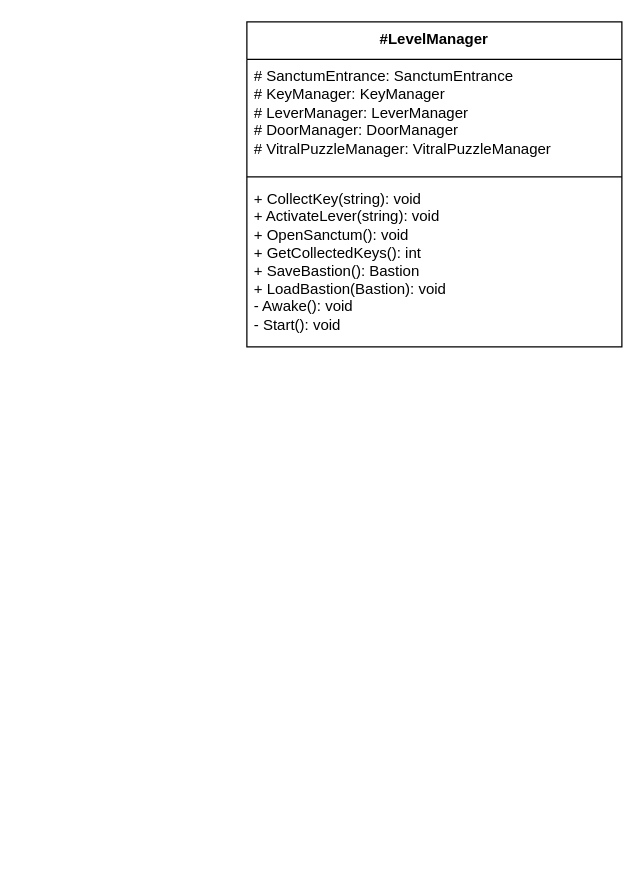
Above: page "LevelManager" (4 of 4) of Assets/Scripts/UML - class diagram.drawio in NunoBaptista57/Winds-Of-Berkana (draw.io), before the change. Source tidied: cells renumbered, new cells numbered last; positions are measured from the earlier drawing's top-left corner, leaving out a move shared by most shapes. Both pictures are drawn from the tidied source at 125%, with x=0, y=0 at pixel (246, 21).
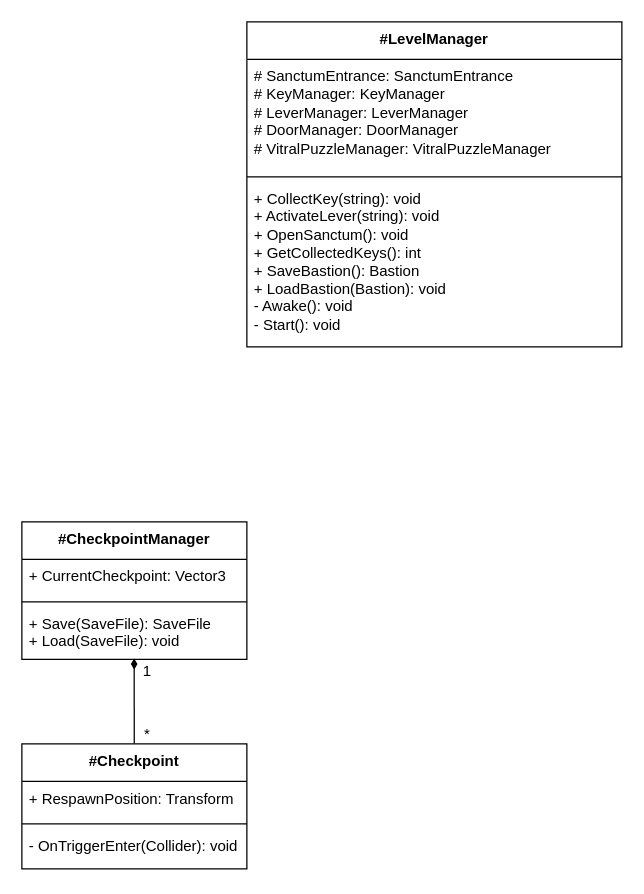
The same page after the edit.

Diff of the diagram source:
```diff
@@
 <mxGraphModel>
   <root>
     <mxCell id="0" />
     <mxCell id="1" parent="0" />
     <mxCell id="2" value="#LevelManager" style="swimlane;fontStyle=1;align=center;verticalAlign=top;horizontal=1;startSize=30;whiteSpace=wrap;html=1;rounded=0;" parent="1" vertex="1">
       <mxGeometry width="300" height="260" as="geometry" />
     </mxCell>
     <mxCell id="3" value="# SanctumEntrance: SanctumEntrance&lt;br&gt;# KeyManager: KeyManager&lt;br&gt;# LeverManager: LeverManager&lt;br&gt;# DoorManager: DoorManager&lt;br&gt;# VitralPuzzleManager: VitralPuzzleManager" style="text;strokeColor=none;fillColor=none;align=left;verticalAlign=top;spacingLeft=4;spacingRight=4;overflow=hidden;whiteSpace=wrap;html=1;rounded=0;" parent="2" vertex="1">
       <mxGeometry y="30" width="300" height="90" as="geometry" />
     </mxCell>
     <mxCell id="4" style="line;strokeWidth=1;fillColor=none;align=left;verticalAlign=middle;spacingTop=-1;spacingLeft=3;spacingRight=3;labelPosition=right;strokeColor=inherit;rounded=0;" parent="2" vertex="1">
       <mxGeometry y="120" width="300" height="8" as="geometry" />
     </mxCell>
     <mxCell id="5" value="+ CollectKey(string): void&lt;br&gt;+ ActivateLever(string): void&lt;br&gt;+ OpenSanctum(): void&lt;br&gt;+ GetCollectedKeys(): int&lt;br&gt;+ SaveBastion(): Bastion&lt;br&gt;+ LoadBastion(Bastion): void&lt;br&gt;- Awake(): void&lt;br&gt;- Start(): void" style="text;strokeColor=none;fillColor=none;align=left;verticalAlign=top;spacingLeft=4;spacingRight=4;overflow=hidden;whiteSpace=wrap;html=1;rounded=0;" parent="2" vertex="1">
       <mxGeometry y="128" width="300" height="132" as="geometry" />
     </mxCell>
+    <mxCell id="6" value="#CheckpointManager" style="swimlane;fontStyle=1;align=center;verticalAlign=top;horizontal=1;startSize=30;whiteSpace=wrap;html=1;rounded=0;" parent="1" vertex="1">
+      <mxGeometry x="-180" y="400" width="180" height="110" as="geometry" />
+    </mxCell>
+    <mxCell id="7" value="+ CurrentCheckpoint: Vector3" style="text;strokeColor=none;fillColor=none;align=left;verticalAlign=top;spacingLeft=4;spacingRight=4;overflow=hidden;whiteSpace=wrap;html=1;rounded=0;" parent="6" vertex="1">
+      <mxGeometry y="30" width="180" height="30" as="geometry" />
+    </mxCell>
+    <mxCell id="8" style="line;strokeWidth=1;fillColor=none;align=left;verticalAlign=middle;spacingTop=-1;spacingLeft=3;spacingRight=3;labelPosition=right;strokeColor=inherit;rounded=0;" parent="6" vertex="1">
+      <mxGeometry y="60" width="180" height="8" as="geometry" />
+    </mxCell>
+    <mxCell id="9" value="+ Save(SaveFile): SaveFile&lt;br&gt;+ Load(SaveFile): void&lt;br&gt;" style="text;strokeColor=none;fillColor=none;align=left;verticalAlign=top;spacingLeft=4;spacingRight=4;overflow=hidden;points=[[0,0.5],[1,0.5]];portConstraint=eastwest;whiteSpace=wrap;html=1;rounded=0;" parent="6" vertex="1">
+      <mxGeometry y="68" width="180" height="42" as="geometry" />
+    </mxCell>
+    <mxCell id="10" style="edgeStyle=none;rounded=0;html=1;entryX=0.499;entryY=0.983;entryDx=0;entryDy=0;entryPerimeter=0;startArrow=none;startFill=0;endArrow=diamondThin;endFill=1;" parent="1" edge="1" source="11" target="9">
+      <mxGeometry relative="1" as="geometry" />
+    </mxCell>
+    <mxCell id="11" value="#Checkpoint" style="swimlane;fontStyle=1;align=center;verticalAlign=top;horizontal=1;startSize=30;whiteSpace=wrap;html=1;rounded=0;" parent="1" vertex="1">
+      <mxGeometry x="-180" y="577.5" width="180" height="100" as="geometry" />
+    </mxCell>
+    <mxCell id="12" value="+ RespawnPosition: Transform" style="text;strokeColor=none;fillColor=none;align=left;verticalAlign=top;spacingLeft=4;spacingRight=4;overflow=hidden;whiteSpace=wrap;html=1;rounded=0;" parent="11" vertex="1">
+      <mxGeometry y="30" width="180" height="30" as="geometry" />
+    </mxCell>
+    <mxCell id="13" style="line;strokeWidth=1;fillColor=none;align=left;verticalAlign=middle;spacingTop=-1;spacingLeft=3;spacingRight=3;labelPosition=right;strokeColor=inherit;rounded=0;" parent="11" vertex="1">
+      <mxGeometry y="60" width="180" height="8" as="geometry" />
+    </mxCell>
+    <mxCell id="14" value="- OnTriggerEnter(Collider): void" style="text;strokeColor=none;fillColor=none;align=left;verticalAlign=top;spacingLeft=4;spacingRight=4;overflow=hidden;whiteSpace=wrap;html=1;rounded=0;" parent="11" vertex="1">
+      <mxGeometry y="68" width="180" height="32" as="geometry" />
+    </mxCell>
+    <mxCell id="15" value="1" style="text;html=1;align=center;verticalAlign=middle;strokeColor=none;fillColor=none;" parent="1" vertex="1">
+      <mxGeometry x="-95" y="505" width="30" height="30" as="geometry" />
+    </mxCell>
+    <mxCell id="16" value="*" style="text;html=1;align=center;verticalAlign=middle;strokeColor=none;fillColor=none;" parent="1" vertex="1">
+      <mxGeometry x="-95" y="555" width="30" height="30" as="geometry" />
+    </mxCell>
   </root>
 </mxGraphModel>
```
